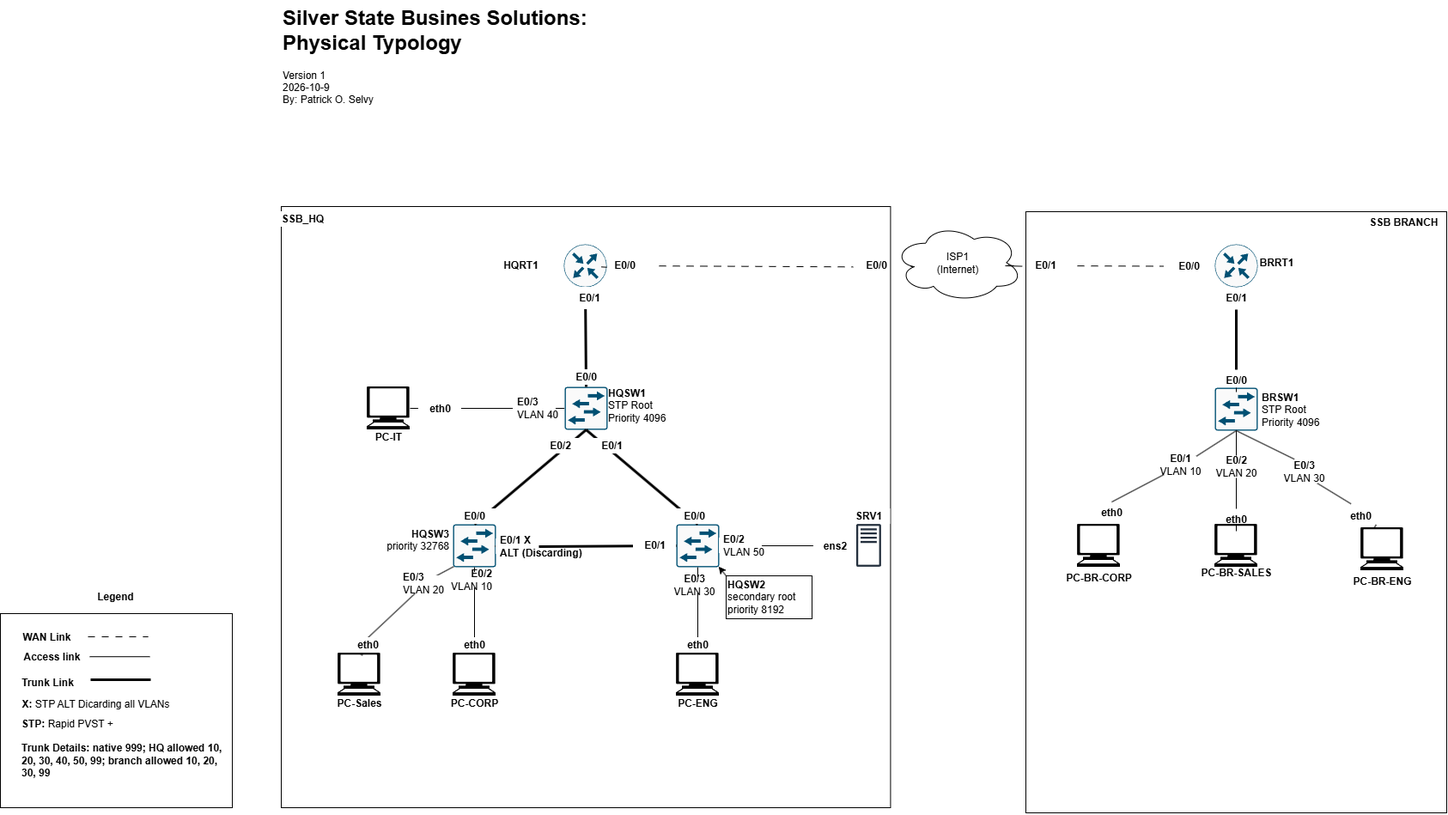
This is 01_Silver_State_Business/design/diamgrams/SSB_Phyiscal_Network_Diagram.png from poselvy-ai/Network-Labs, a draw.io export, as it was before one commit. Source tidied: cells renumbered, new cells last; positions are measured from the earlier drawing's top-left corner, leaving out a move shared by most shapes.
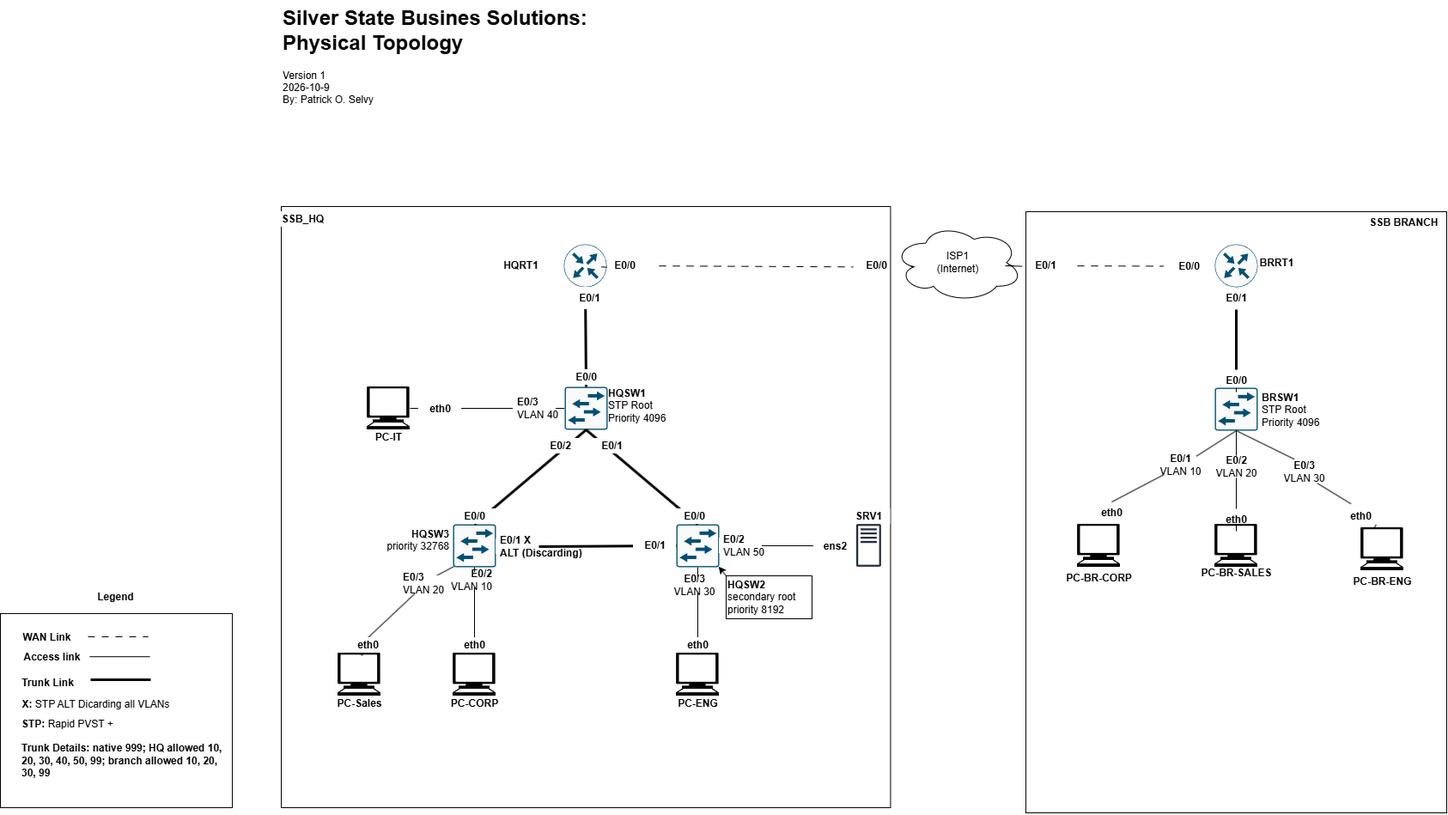
After the commit.

Diff of the diagram source:
```diff
@@ -333,7 +333,7 @@
     <mxCell id="107" value="STP: &lt;span style=&quot;font-weight: normal;&quot;&gt;Rapid PVST +&lt;/span&gt;&lt;br&gt;&lt;br&gt;&lt;div&gt;Trunk Details:&amp;nbsp;native 999; HQ allowed 10,&amp;nbsp;&lt;div&gt;20, 30, 40, 50, 99; branch allowed 10, 20,&amp;nbsp;&lt;/div&gt;&lt;div&gt;30, 99&lt;/div&gt;&lt;/div&gt;" style="text;align=left;fontStyle=1;verticalAlign=middle;spacingLeft=3;spacingRight=3;strokeColor=none;html=1;fillColor=default;" parent="1" vertex="1">
       <mxGeometry x="20" y="855.9" width="50" height="30.1" as="geometry" />
     </mxCell>
-    <mxCell id="108" value="&lt;h1 style=&quot;margin-top: 0px;&quot;&gt;Silver State Busines Solutions: Physical Typology&lt;/h1&gt;&lt;p&gt;Version 1&lt;br&gt;2026-10-9&lt;br&gt;By: Patrick O. Selvy&lt;/p&gt;" style="text;html=1;whiteSpace=wrap;overflow=hidden;rounded=0;" parent="1" vertex="1">
+    <mxCell id="108" value="&lt;h1 style=&quot;margin-top: 0px;&quot;&gt;Silver State Busines Solutions: Physical Topology&lt;/h1&gt;&lt;p&gt;Version 1&lt;br&gt;2026-10-9&lt;br&gt;By: Patrick O. Selvy&lt;/p&gt;" style="text;html=1;whiteSpace=wrap;overflow=hidden;rounded=0;" parent="1" vertex="1">
       <mxGeometry x="327" width="440" height="120" as="geometry" />
     </mxCell>
   </root>
```
